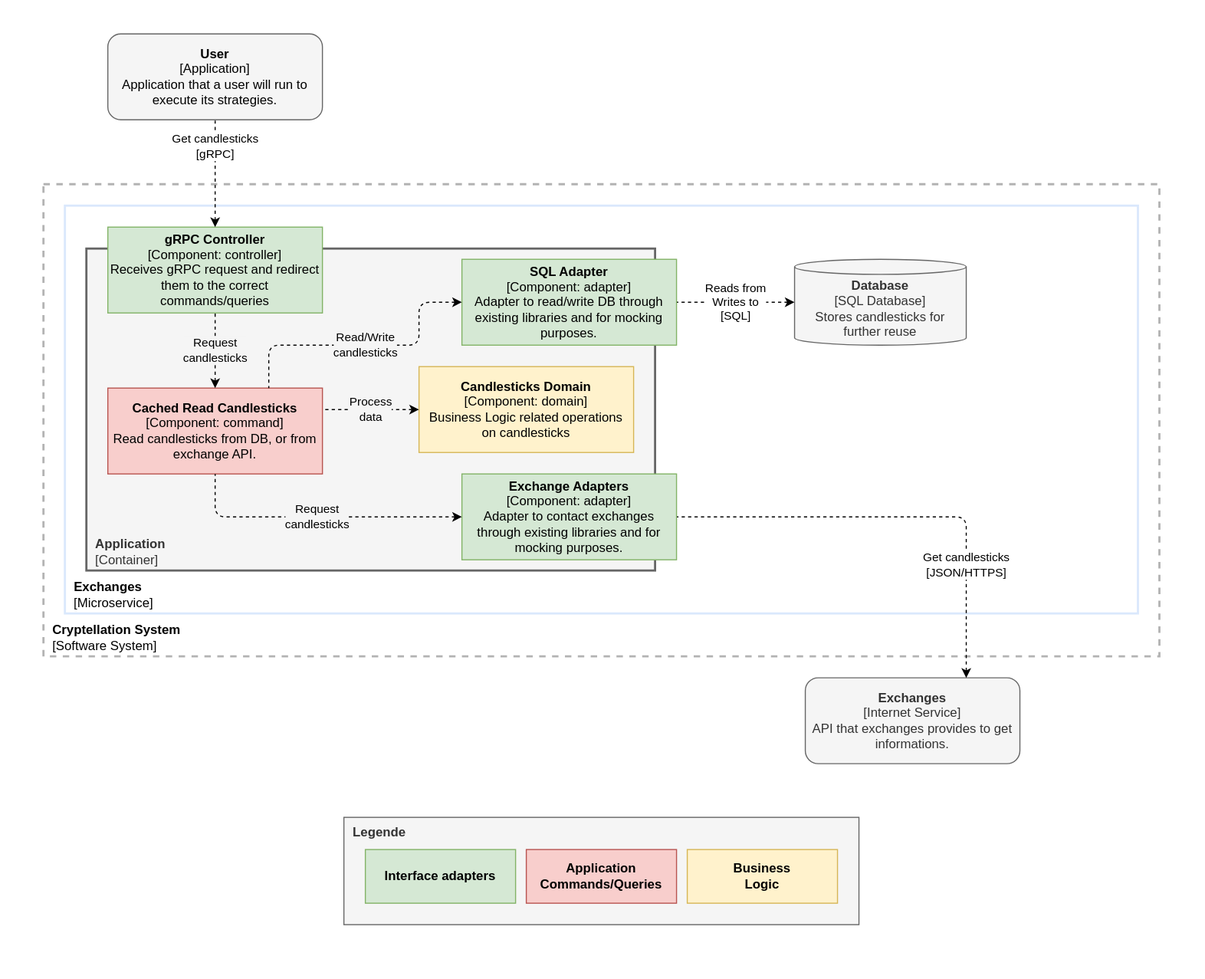
This is website/docs/system/candlesticks/component-diagram.svg from lerenn/cryptellation, a draw.io export, as it was before one commit. Source tidied: cells renumbered, new cells last; positions are measured from the earlier drawing's top-left corner, leaving out a move shared by most shapes.
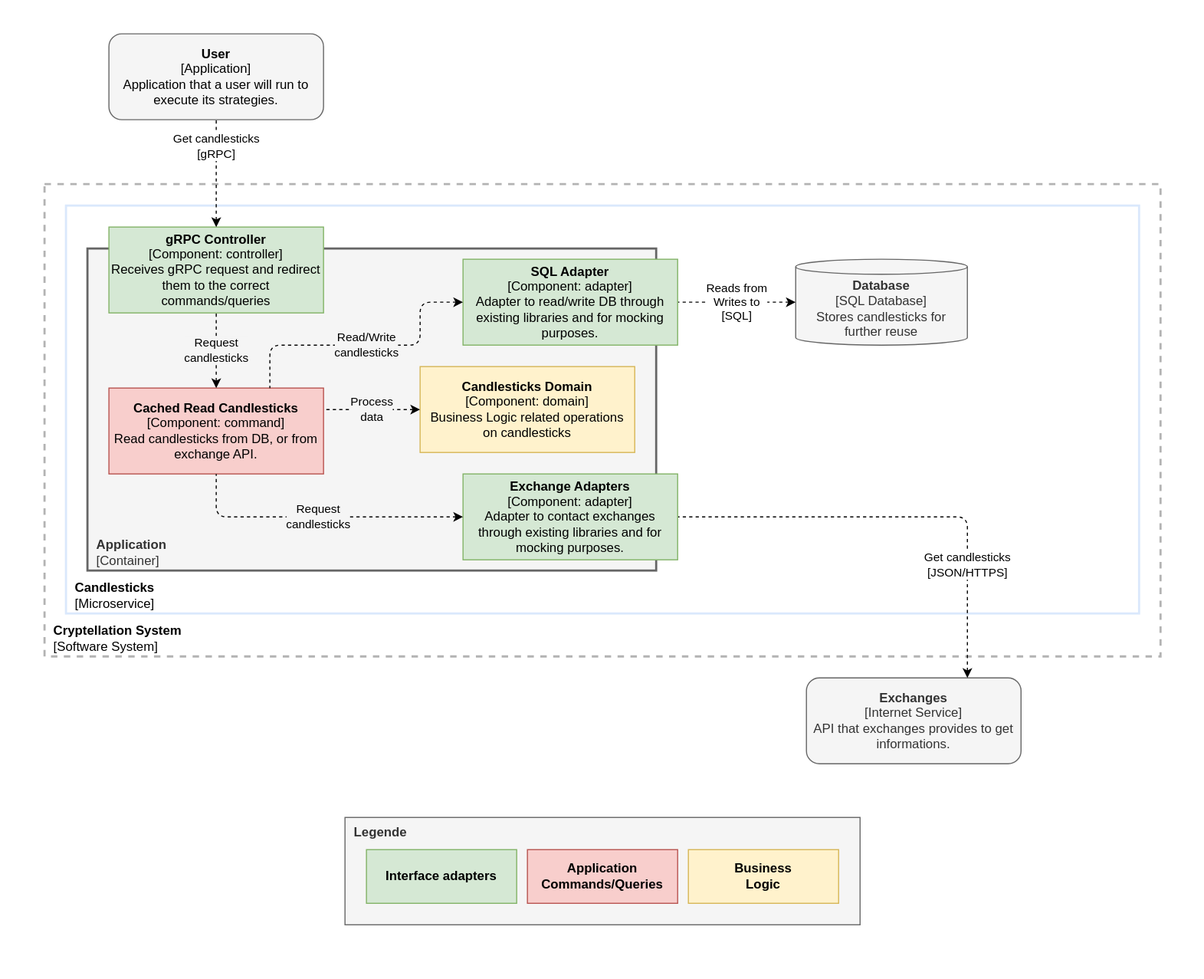
Above is the later version.

Commit message:
correct diagrams names

Diff of the diagram source:
```diff
@@ -8,7 +8,7 @@
     <mxCell id="3" value="&lt;b style=&quot;&quot;&gt;&amp;nbsp; Cryptellation System&lt;br&gt;&amp;nbsp;&amp;nbsp;&lt;/b&gt;&lt;span style=&quot;&quot;&gt;[Software System]&lt;/span&gt;" style="rounded=0;whiteSpace=wrap;html=1;fillColor=none;dashed=1;strokeWidth=2;strokeColor=#B3B3B3;align=left;verticalAlign=bottom;" parent="1" vertex="1">
       <mxGeometry x="40" y="170" width="1040" height="440" as="geometry" />
     </mxCell>
-    <mxCell id="4" value="&amp;nbsp; &lt;b&gt;Exchanges&lt;/b&gt;&lt;br&gt;&amp;nbsp; [Microservice]" style="rounded=0;whiteSpace=wrap;html=1;labelBackgroundColor=none;strokeColor=#DAE8FC;strokeWidth=2;fillColor=none;verticalAlign=bottom;align=left;" parent="1" vertex="1">
+    <mxCell id="4" value="&amp;nbsp; &lt;b&gt;Candlesticks&lt;/b&gt;&lt;br&gt;&amp;nbsp; [Microservice]" style="rounded=0;whiteSpace=wrap;html=1;labelBackgroundColor=none;strokeColor=#DAE8FC;strokeWidth=2;fillColor=none;verticalAlign=bottom;align=left;" parent="1" vertex="1">
       <mxGeometry x="60" y="190" width="1000" height="380" as="geometry" />
     </mxCell>
     <mxCell id="5" value="&amp;nbsp; &lt;b&gt;Application&lt;/b&gt;&lt;br&gt;&amp;nbsp; [Container]" style="rounded=0;whiteSpace=wrap;html=1;labelBackgroundColor=none;strokeColor=#666666;strokeWidth=2;fillColor=#f5f5f5;verticalAlign=bottom;align=left;fontColor=#333333;" parent="1" vertex="1">
```
